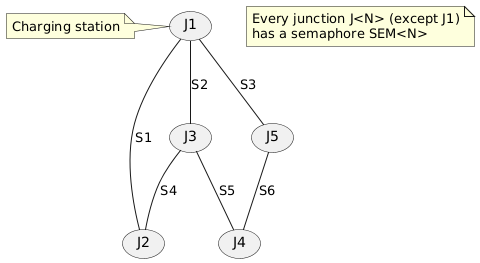
Above: doc/diagrams/streets-graph.png in Ventus218/SAP-assignment-03 (PlantUML), before the change.
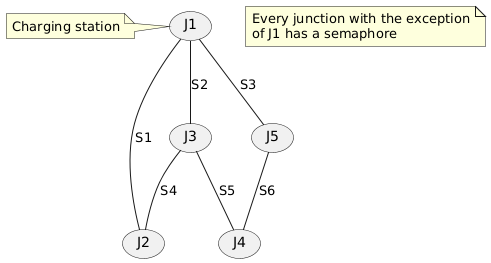
After the commit.

Commit message:
Automatically generated PlantUML diagrams

Diff of the diagram source:
```diff
@@ -15,8 +15,8 @@
 end note
 
 note as N
-    Every junction J<N> (except J1)
-    has a semaphore SEM<N>
+    Every junction with the exception
+    of J1 has a semaphore
 end note
 
 @enduml
```
